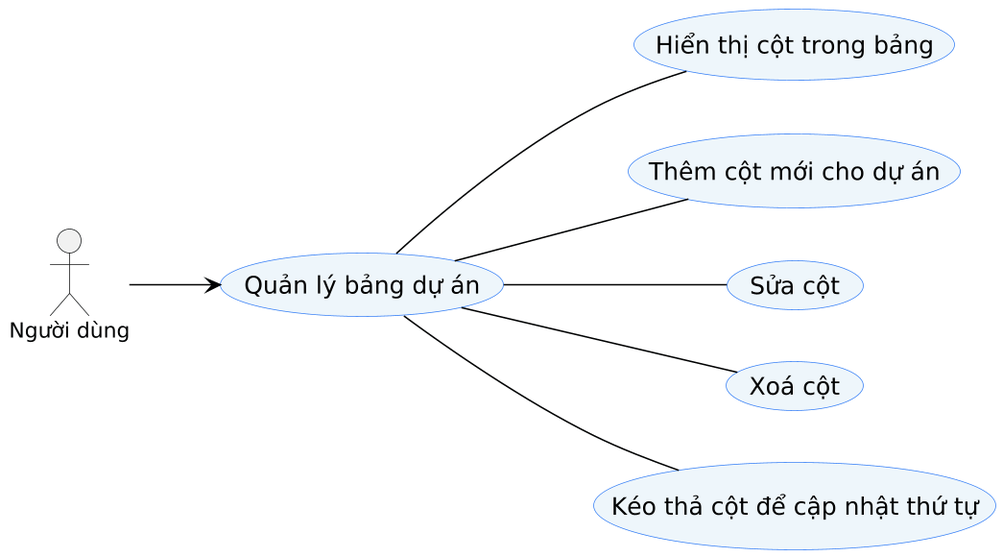
The PlantUML diagram bao-cao/sprint_5/ca.png in tuanxx31/QLDA, before a commit.
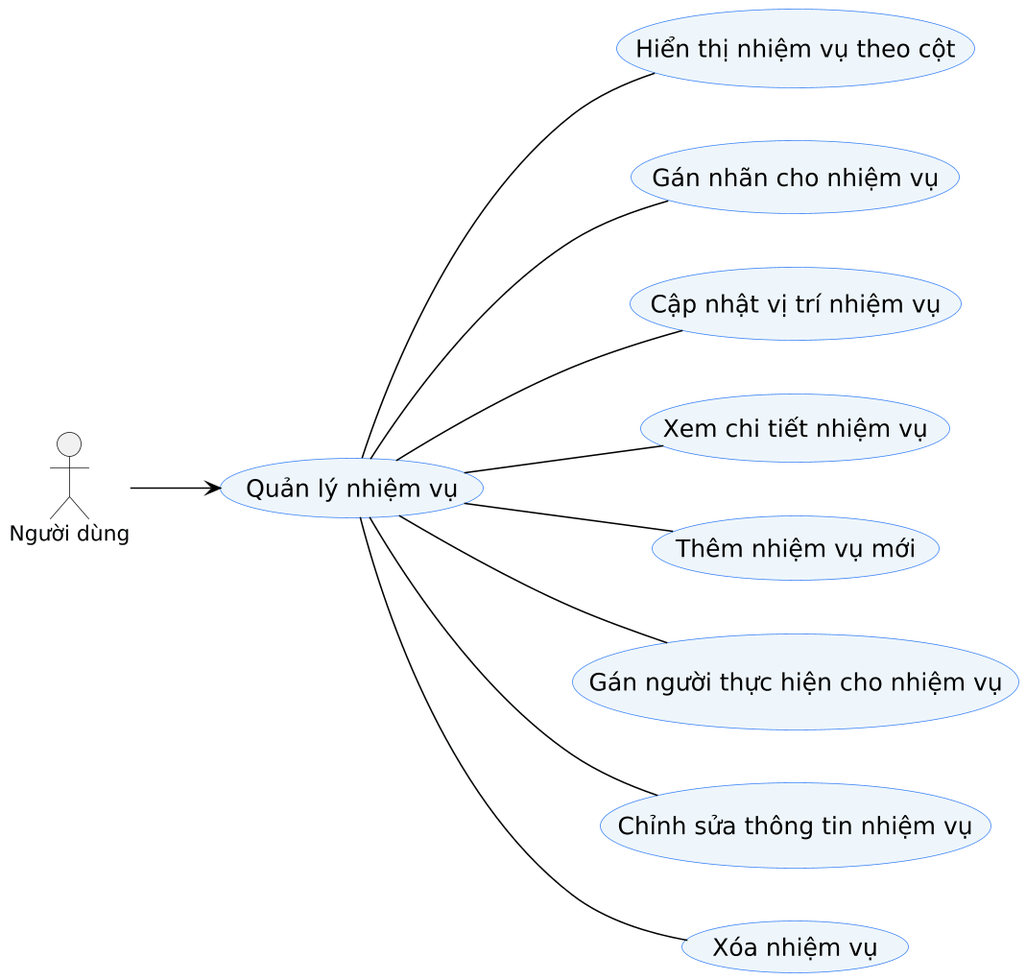
The same file after the commit.

Diff of the diagram source:
```diff
@@ -11,19 +11,25 @@
 
 actor "Người dùng" as User
 
-(Quản lý bảng dự án) as MainUC
+(Quản lý nhiệm vụ) as MainUC
 
-(Hiển thị cột trong bảng)
-(Thêm cột mới cho dự án)
-(Sửa cột)
-(Xoá cột)
-(Kéo thả cột để cập nhật thứ tự)
+(Hiển thị nhiệm vụ theo cột)
+(Gán nhãn cho nhiệm vụ)
+(Cập nhật vị trí nhiệm vụ)
+(Xem chi tiết nhiệm vụ)
+(Thêm nhiệm vụ mới)
+(Gán người thực hiện cho nhiệm vụ)
+(Chỉnh sửa thông tin nhiệm vụ)
+(Xóa nhiệm vụ)
 
 User --> MainUC
 
-MainUC -- (Hiển thị cột trong bảng)
-MainUC -- (Thêm cột mới cho dự án)
-MainUC -- (Sửa cột)
-MainUC -- (Xoá cột)
-MainUC -- (Kéo thả cột để cập nhật thứ tự)
+MainUC -- (Hiển thị nhiệm vụ theo cột)
+MainUC -- (Gán nhãn cho nhiệm vụ)
+MainUC -- (Cập nhật vị trí nhiệm vụ)
+MainUC -- (Xem chi tiết nhiệm vụ)
+MainUC -- (Thêm nhiệm vụ mới)
+MainUC -- (Gán người thực hiện cho nhiệm vụ)
+MainUC -- (Chỉnh sửa thông tin nhiệm vụ)
+MainUC -- (Xóa nhiệm vụ)
 @enduml
```
